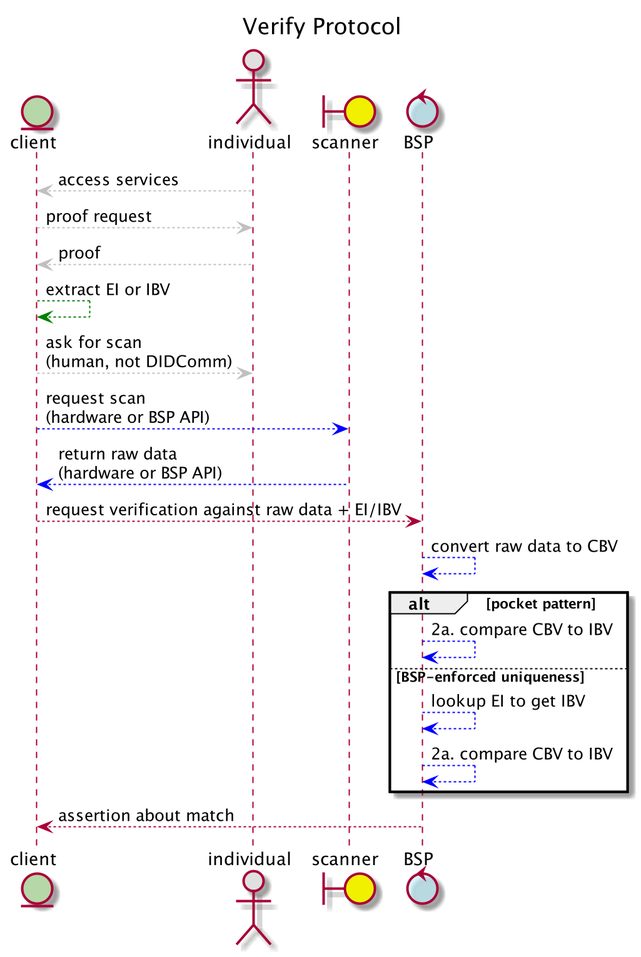
Earlier version of the PlantUML export features/0529-biometric-verification-protocol/verify-sequence.png (tiaramj/aries-rfcs).
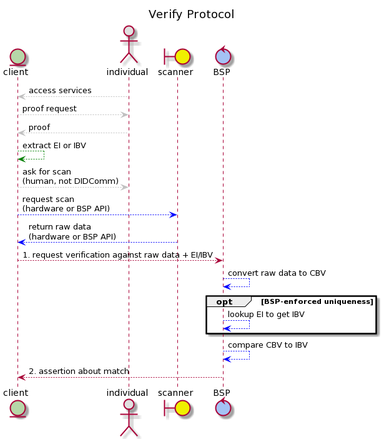
The same file after the commit.

Commit message:
Made puml slightly clearer and corrected RFC link typo in RFC 0529

What changed in the source:
```diff
@@ -12,13 +12,11 @@
 client -[#c0c0c0]-> individual: ask for scan\n(human, not DIDComm)
 client -[#blue]-> scanner: request scan\n(hardware or BSP API)
 scanner -[#blue]-> client: return raw data\n(hardware or BSP API)
-client --> BSP: request verification against raw data + EI/IBV
+client --> BSP: 1. request verification against raw data + EI/IBV
 BSP -[#blue]-> BSP: convert raw data to CBV
-alt pocket pattern
-BSP -[#blue]-> BSP: 2a. compare CBV to IBV
-else BSP-enforced uniqueness
+opt BSP-enforced uniqueness
 BSP -[#blue]-> BSP: lookup EI to get IBV
-BSP -[#blue]-> BSP: 2a. compare CBV to IBV
 end
-BSP --> client: assertion about match
+BSP -[#blue]-> BSP: compare CBV to IBV
+BSP --> client: 2. assertion about match
 @enduml
```
